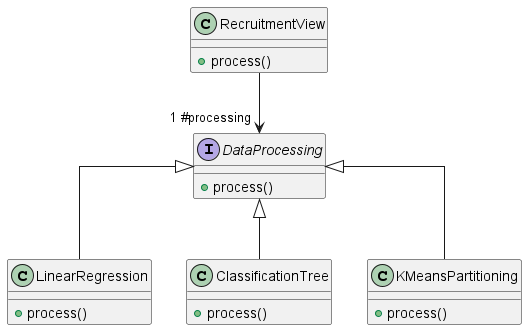
The PlantUML diagram TpDesignPatern/src/strategy/strategyDiagram.png in matthieudes/TpdesignPaterns, before a commit. The source it was exported from:
```plantuml
@startUML
skinparam linetype ortho

class RecruitmentView {
	+process()
}
interface DataProcessing {
	+process()
}
RecruitmentView --> "1 #processing" DataProcessing


class LinearRegression {
	+process()
}

class ClassificationTree {
	+process()
}

class KMeansPartitioning {
	+process()
}

DataProcessing <|-- LinearRegression
DataProcessing <|-- ClassificationTree
DataProcessing <|-- KMeansPartitioning


@endUML
```
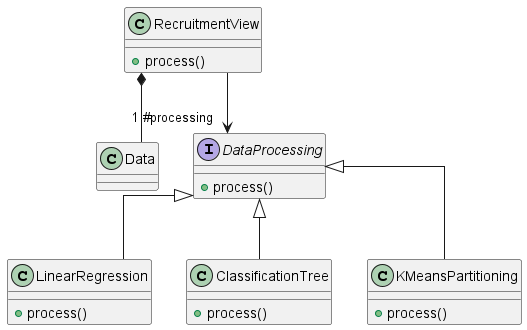
The same diagram one commit later.

Diff of the diagram source:
```diff
@@ -1,14 +1,21 @@
 @startUML
 skinparam linetype ortho
+
 
 class RecruitmentView {
 	+process()
 }
+
+class Data {
+}
+
+RecruitmentView *-- Data
+
 interface DataProcessing {
 	+process()
 }
+
 RecruitmentView --> "1 #processing" DataProcessing
-
 
 class LinearRegression {
 	+process()
```
